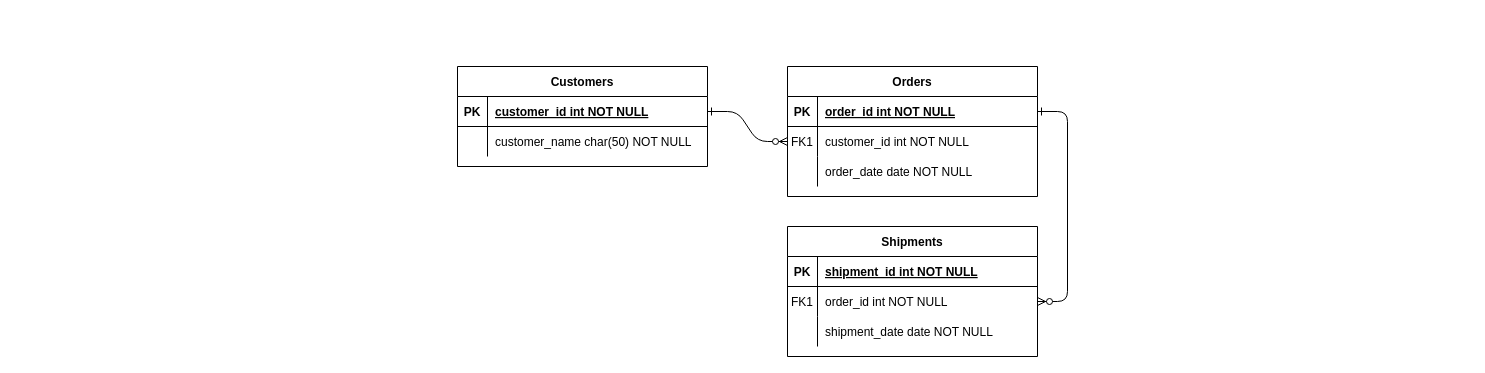
This is ArtisansConsumers.drawio from josura/HCI, a draw.io file, before an edit. Source tidied: cells renumbered, new cells numbered last; positions are measured from the earlier drawing's top-left corner, leaving out a move shared by most shapes. Both pictures are drawn from the tidied source at 100%, with x=0, y=0 at pixel (457, 66).
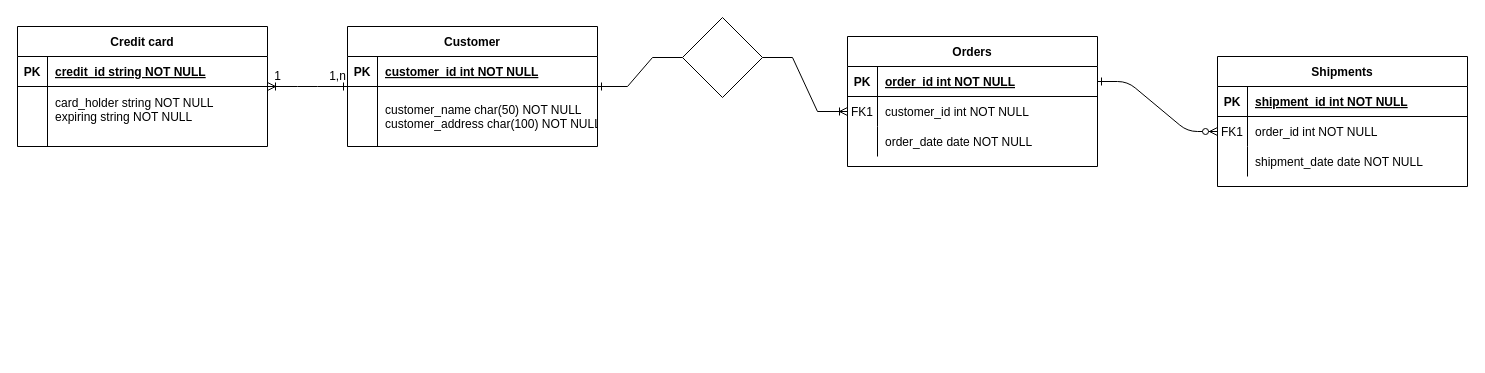
The same diagram, later.

The change refers to these unchanged cells:
```xml
<mxCell id="8" style="shape=partialRectangle;fillColor=none;points=[[0,0.5],[1,0.5]];portConstraint=eastwest;top=0;left=0;right=0;bottom=0;" parent="4" vertex="1">
  <mxGeometry y="60" width="250" height="30" as="geometry" />
</mxCell>
<mxCell id="25" style="shape=partialRectangle;fillColor=none;points=[[0,0.5],[1,0.5]];portConstraint=eastwest;top=0;left=0;right=0;bottom=1;" parent="24" vertex="1">
  <mxGeometry y="30" width="250" height="30" as="geometry" />
</mxCell>
```

The edit, as a diff of the source:
```diff
@@
-    <mxCell id="2" style="edgeStyle=entityRelationEdgeStyle;endArrow=ERzeroToMany;startArrow=ERone;endFill=1;startFill=0;" parent="1" edge="1" source="25" target="8">
-      <mxGeometry relative="1" as="geometry" />
-    </mxCell>
@@
     <mxCell id="4" value="Orders" style="shape=table;startSize=30;childLayout=tableLayout;rowLines=0;fontStyle=1;align=center;" parent="1" vertex="1">
-      <mxGeometry x="330" width="250" height="130" as="geometry" />
+      <mxGeometry x="390" y="-30" width="250" height="130" as="geometry" />
     </mxCell>
@@
     <mxCell id="14" value="Shipments" style="shape=table;startSize=30;childLayout=tableLayout;rowLines=0;fontStyle=1;align=center;" parent="1" vertex="1">
-      <mxGeometry x="330" y="160" width="250" height="130" as="geometry" />
+      <mxGeometry x="760" y="-10" width="250" height="130" as="geometry" />
     </mxCell>
@@
+    <mxCell id="31" style="edgeStyle=entityRelationEdgeStyle;rounded=0;jettySize=auto;html=1;endArrow=none;endFill=0;startArrow=ERone;startFill=0;" parent="1" edge="1" source="24" target="34">
+      <mxGeometry relative="1" as="geometry" />
+    </mxCell>
+    <mxCell id="32" style="edgeStyle=entityRelationEdgeStyle;rounded=0;jettySize=auto;html=1;startArrow=ERone;startFill=0;endArrow=ERoneToMany;endFill=0;" parent="1" edge="1" source="24" target="35">
+      <mxGeometry relative="1" as="geometry" />
+    </mxCell>
-    <mxCell id="24" value="Customers" style="shape=table;startSize=30;childLayout=tableLayout;rowLines=0;fontStyle=1;align=center;" parent="1" vertex="1">
-      <mxGeometry width="250" height="100" as="geometry" />
+    <mxCell id="24" value="Customer" style="shape=table;startSize=30;childLayout=tableLayout;rowLines=0;fontStyle=1;align=center;" parent="1" vertex="1">
+      <mxGeometry x="-110" y="-40" width="250" height="120" as="geometry" />
     </mxCell>
@@
     <mxCell id="28" style="shape=partialRectangle;fillColor=none;top=0;left=0;right=0;bottom=0;" parent="24" vertex="1">
-      <mxGeometry y="60" width="250" height="30" as="geometry" />
+      <mxGeometry y="60" width="250" height="60" as="geometry" />
     </mxCell>
     <mxCell id="29" style="shape=partialRectangle;overflow=hidden;fillColor=none;top=0;left=0;bottom=0;right=0;" parent="28" vertex="1">
-      <mxGeometry width="30" height="30" as="geometry" />
+      <mxGeometry width="30" height="60" as="geometry" />
     </mxCell>
-    <mxCell id="30" value="customer_name char(50) NOT NULL" style="shape=partialRectangle;overflow=hidden;fillColor=none;top=0;left=0;bottom=0;right=0;align=left;spacingLeft=6;" parent="28" vertex="1">
-      <mxGeometry x="30" width="220" height="30" as="geometry" />
+    <mxCell id="30" value="customer_name char(50) NOT NULL&#10;customer_address char(100) NOT NULL" style="shape=partialRectangle;overflow=hidden;fillColor=none;top=0;left=0;bottom=0;right=0;align=left;spacingLeft=6;" parent="28" vertex="1">
+      <mxGeometry x="30" width="220" height="60" as="geometry" />
     </mxCell>
+    <mxCell id="33" style="edgeStyle=entityRelationEdgeStyle;rounded=0;jettySize=auto;html=1;exitX=1;exitY=0.5;exitDx=0;exitDy=0;entryX=0;entryY=0.5;entryDx=0;entryDy=0;endArrow=ERoneToMany;endFill=0;" parent="1" edge="1" source="34" target="8">
+      <mxGeometry relative="1" as="geometry" />
+    </mxCell>
+    <mxCell id="34" style="rhombus;whiteSpace=wrap;html=1;startSize=30;fontStyle=1;" parent="1" vertex="1">
+      <mxGeometry x="225" y="-49" width="80" height="80" as="geometry" />
+    </mxCell>
+    <mxCell id="35" value="Credit card" style="shape=table;startSize=30;childLayout=tableLayout;rowLines=0;fontStyle=1;align=center;" parent="1" vertex="1">
+      <mxGeometry x="-440" y="-40" width="250" height="120" as="geometry" />
+    </mxCell>
+    <mxCell id="36" style="shape=partialRectangle;fillColor=none;top=0;left=0;right=0;bottom=1;" parent="35" vertex="1">
+      <mxGeometry y="30" width="250" height="30" as="geometry" />
+    </mxCell>
+    <mxCell id="37" value="PK" style="shape=partialRectangle;overflow=hidden;fillColor=none;top=0;left=0;bottom=0;right=0;fontStyle=1;" parent="36" vertex="1">
+      <mxGeometry width="30" height="30" as="geometry" />
+    </mxCell>
+    <mxCell id="38" value="credit_id string NOT NULL " style="shape=partialRectangle;overflow=hidden;fillColor=none;top=0;left=0;bottom=0;right=0;align=left;spacingLeft=6;fontStyle=5;" parent="36" vertex="1">
+      <mxGeometry x="30" width="220" height="30" as="geometry" />
+    </mxCell>
+    <mxCell id="39" style="shape=partialRectangle;fillColor=none;top=0;left=0;right=0;bottom=0;" parent="35" vertex="1">
+      <mxGeometry y="60" width="250" height="60" as="geometry" />
+    </mxCell>
+    <mxCell id="40" style="shape=partialRectangle;overflow=hidden;fillColor=none;top=0;left=0;bottom=0;right=0;" parent="39" vertex="1">
+      <mxGeometry width="30" height="60" as="geometry" />
+    </mxCell>
+    <mxCell id="41" value="card_holder string NOT NULL&#10;expiring string NOT NULL&#10;" style="shape=partialRectangle;overflow=hidden;fillColor=none;top=0;left=0;bottom=0;right=0;align=left;spacingLeft=6;" parent="39" vertex="1">
+      <mxGeometry x="30" width="220" height="60" as="geometry" />
+    </mxCell>
+    <mxCell id="42" value="1,n" style="text;html=1;align=center;verticalAlign=middle;strokeColor=none;fillColor=none;" parent="1" vertex="1">
+      <mxGeometry x="-140" y="-5" width="40" height="30" as="geometry" />
+    </mxCell>
+    <mxCell id="43" value="1" style="text;html=1;align=center;verticalAlign=middle;strokeColor=none;fillColor=none;" parent="1" vertex="1">
+      <mxGeometry x="-195" y="-5" width="30" height="30" as="geometry" />
+    </mxCell>
```
